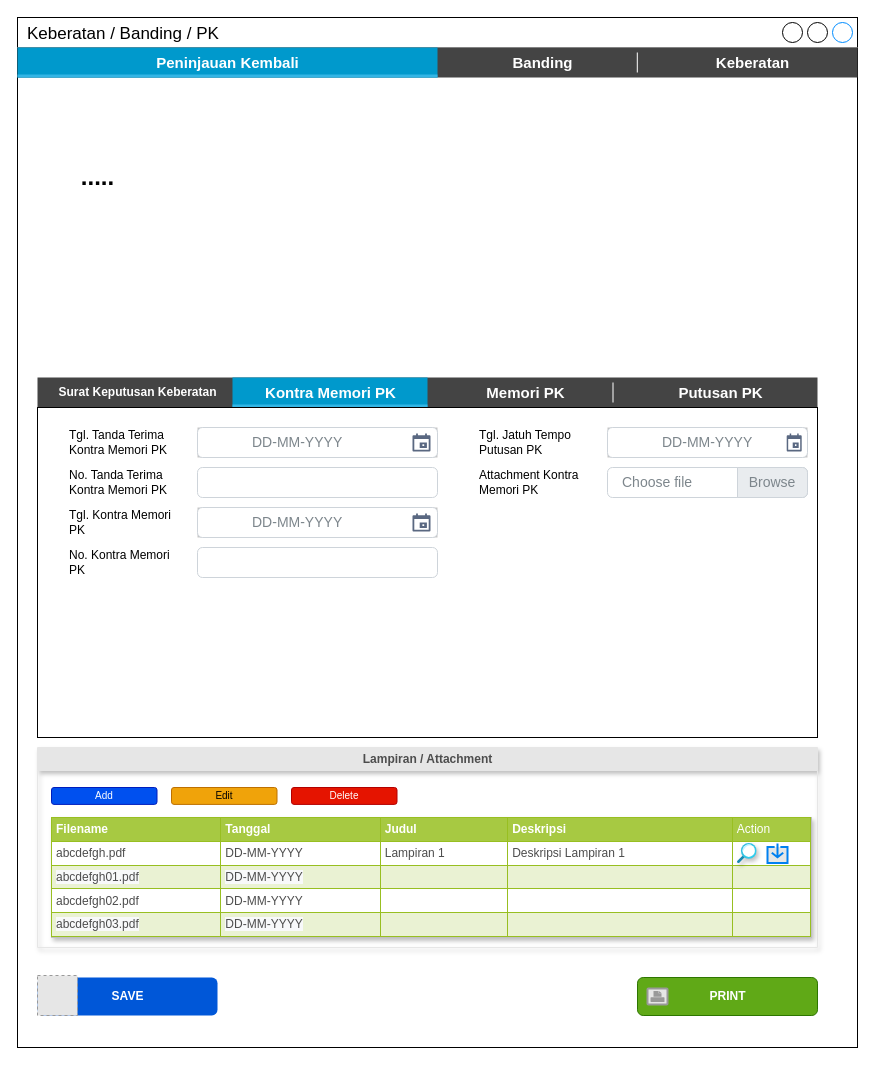
Above: page "5.1 PeninjauanKembali_KontraMemori" (19 of 21) of TAMS.drawio in prasetyodavid/TAMS (draw.io), before the change. Source tidied: cells renumbered, new cells numbered last; positions are measured from the earlier drawing's top-left corner, leaving out a move shared by most shapes. Both pictures are drawn from the tidied source at 100%, with x=0, y=0 at pixel (17, 17). Pictures stored in the file or linked from it are replaced by grey dashed boxes.
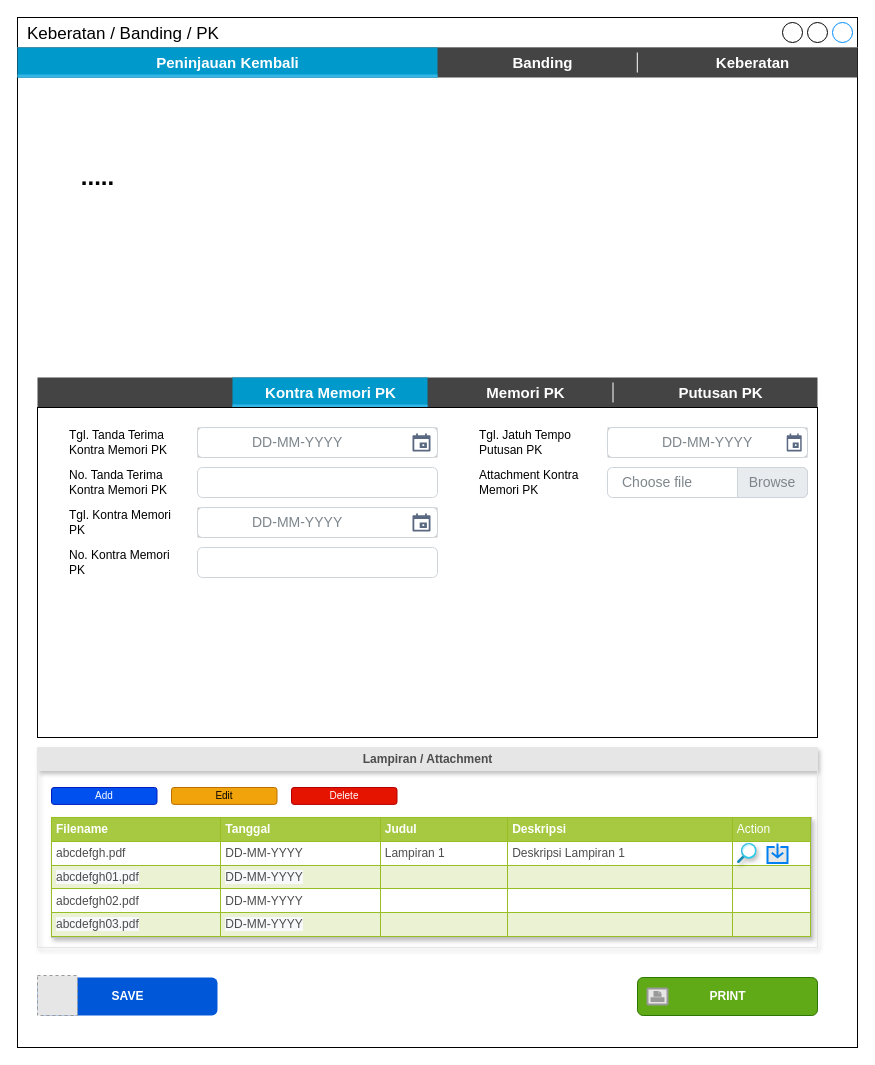
The same page after the edit.

Unchanged cells that the change refers to:
```xml
<mxCell id="17" style="strokeWidth=1;html=1;shadow=0;dashed=0;shape=mxgraph.android.rrect;rSize=0;fillColor=#444444;strokeColor=none;fontSize=15;" parent="1" vertex="1">
  <mxGeometry x="20" y="360" width="780" height="30" as="geometry" />
</mxCell>
```

Change to the diagram source:
```diff
@@
-    <mxCell id="18" value="Surat Keputusan Keberatan" style="strokeWidth=1;html=1;shadow=0;dashed=0;shape=mxgraph.android.anchor;fontStyle=1;fontColor=#ffffff;fontSize=12;fillColor=#C7C7C7;" parent="17" vertex="1">
+    <mxCell id="18" style="strokeWidth=1;html=1;shadow=0;dashed=0;shape=mxgraph.android.anchor;fontStyle=1;fontColor=#ffffff;fontSize=12;fillColor=#C7C7C7;" parent="17" vertex="1">
       <mxGeometry x="-10" width="220" height="30" as="geometry" />
     </mxCell>
```
